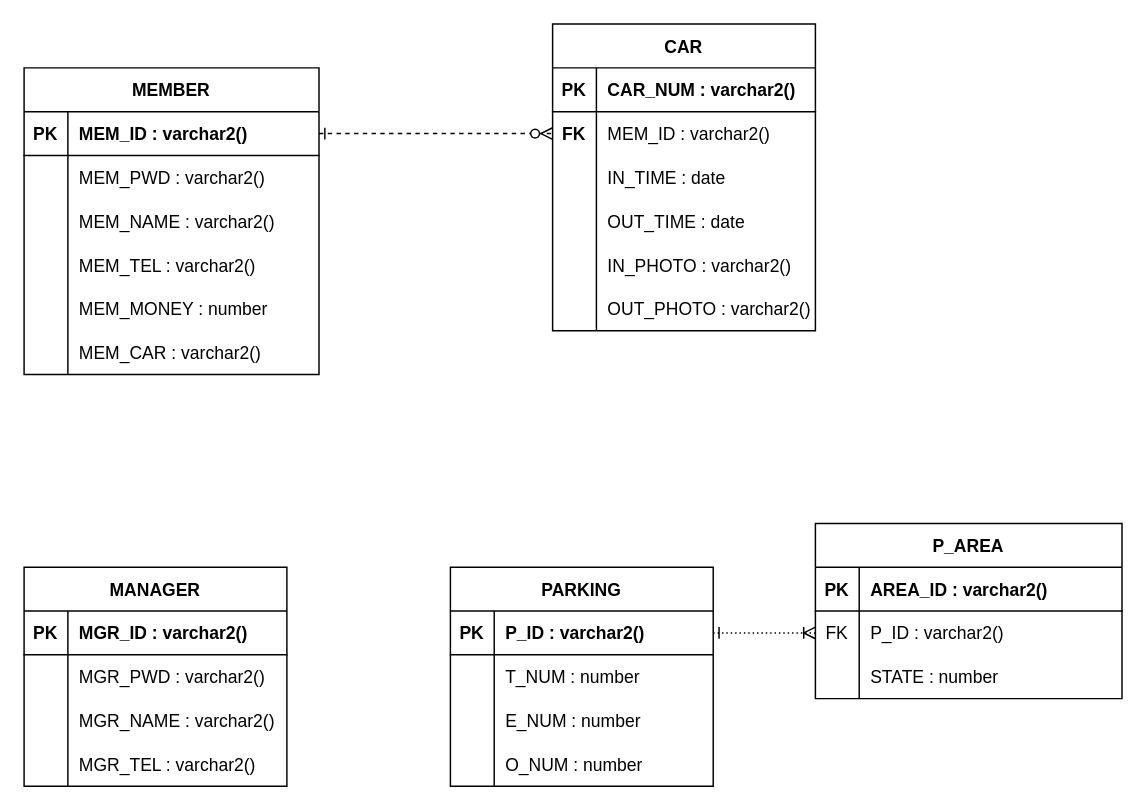
Earlier version of the draw.io diagram page "ERD" (2 of 3) of docs/Diagram.drawio (4rangKim/FinalProject). Source tidied: cells renumbered, new cells numbered last; positions are measured from the earlier drawing's top-left corner, leaving out a move shared by most shapes. Both pictures are drawn from the tidied source at 146%, with x=0, y=0 at pixel (23, 23).
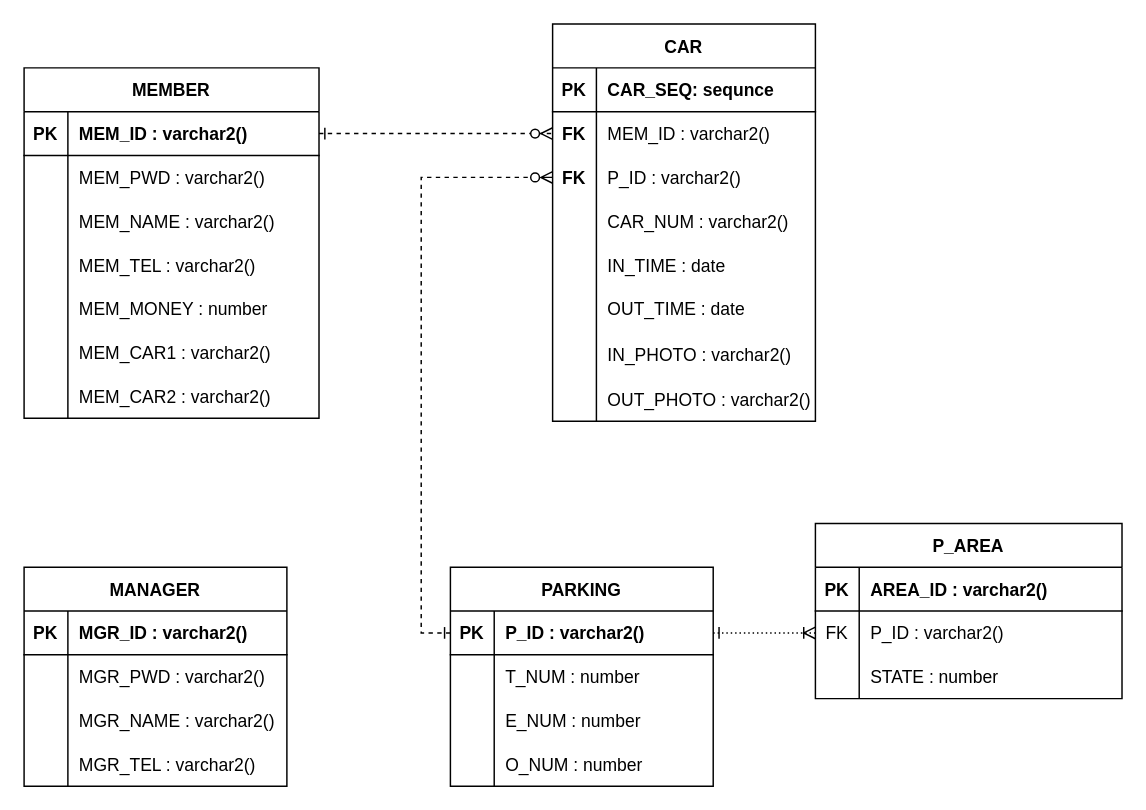
Above is the later version.

The change refers to these unchanged cells:
```xml
<mxCell id="3" style="shape=partialRectangle;fillColor=none;top=0;left=0;bottom=1;right=0;" parent="2" vertex="1">
  <mxGeometry y="30" width="180" height="30" as="geometry" />
</mxCell>
<mxCell id="37" style="shape=partialRectangle;fillColor=none;top=0;left=0;bottom=0;right=0;" parent="21" vertex="1">
  <mxGeometry y="180" width="202" height="30" as="geometry" />
</mxCell>
<mxCell id="55" style="shape=partialRectangle;fillColor=none;top=0;left=0;bottom=1;right=0;points=[[0,0.5],[1,0.5]];portConstraint=eastwest;" parent="54" vertex="1">
  <mxGeometry y="30" width="180" height="30" as="geometry" />
</mxCell>
```

The edit, as a diff of the source:
```diff
@@
-    <mxCell id="2" value="CAR" style="shape=table;startSize=30;childLayout=tableLayout;rowLines=0;fontStyle=1;align=center;" parent="1" vertex="1">
-      <mxGeometry x="362" width="180" height="210" as="geometry" />
+    <mxCell id="2" value="CAR" style="shape=table;startSize=30;childLayout=tableLayout;rowLines=0;fontStyle=1;align=center;strokeColor=default;" parent="1" vertex="1">
+      <mxGeometry x="362" width="180" height="272" as="geometry" />
     </mxCell>
@@
-    <mxCell id="5" value="CAR_NUM : varchar2()" style="shape=partialRectangle;fillColor=none;top=0;left=0;bottom=0;right=0;align=left;spacingLeft=6;fontStyle=1;overflow=hidden;" parent="3" vertex="1">
+    <mxCell id="5" value="CAR_SEQ: sequnce" style="shape=partialRectangle;fillColor=none;top=0;left=0;bottom=0;right=0;align=left;spacingLeft=6;fontStyle=1;overflow=hidden;" parent="3" vertex="1">
       <mxGeometry x="30" width="150" height="30" as="geometry" />
     </mxCell>
@@
+    <mxCell id="78" style="shape=partialRectangle;fillColor=none;top=0;left=0;bottom=0;right=0;points=[[0,0.5],[1,0.5]];portConstraint=eastwest;" parent="2" vertex="1">
+      <mxGeometry y="90" width="180" height="30" as="geometry" />
+    </mxCell>
+    <mxCell id="79" value="FK" style="shape=partialRectangle;fillColor=none;top=0;left=0;bottom=0;right=0;overflow=hidden;fontStyle=1;" parent="78" vertex="1">
+      <mxGeometry width="30" height="30" as="geometry" />
+    </mxCell>
+    <mxCell id="80" value="P_ID : varchar2()" style="shape=partialRectangle;fillColor=none;top=0;left=0;bottom=0;right=0;align=left;spacingLeft=6;overflow=hidden;" parent="78" vertex="1">
+      <mxGeometry x="30" width="150" height="30" as="geometry" />
+    </mxCell>
+    <mxCell id="81" style="shape=partialRectangle;fillColor=none;top=0;left=0;bottom=0;right=0;" parent="2" vertex="1">
+      <mxGeometry y="120" width="180" height="30" as="geometry" />
+    </mxCell>
+    <mxCell id="82" style="shape=partialRectangle;fillColor=none;top=0;left=0;bottom=0;right=0;overflow=hidden;" parent="81" vertex="1">
+      <mxGeometry width="30" height="30" as="geometry" />
+    </mxCell>
+    <mxCell id="83" value="CAR_NUM : varchar2()" style="shape=partialRectangle;fillColor=none;top=0;left=0;bottom=0;right=0;align=left;spacingLeft=6;overflow=hidden;" parent="81" vertex="1">
+      <mxGeometry x="30" width="150" height="30" as="geometry" />
+    </mxCell>
     <mxCell id="9" style="shape=partialRectangle;fillColor=none;top=0;left=0;bottom=0;right=0;" parent="2" vertex="1">
-      <mxGeometry y="90" width="180" height="30" as="geometry" />
+      <mxGeometry y="150" width="180" height="30" as="geometry" />
     </mxCell>
@@
     <mxCell id="12" style="shape=partialRectangle;fillColor=none;top=0;left=0;bottom=0;right=0;" parent="2" vertex="1">
-      <mxGeometry y="120" width="180" height="30" as="geometry" />
+      <mxGeometry y="180" width="180" height="30" as="geometry" />
     </mxCell>
@@
     <mxCell id="15" style="shape=partialRectangle;fillColor=none;top=0;left=0;bottom=0;right=0;" parent="2" vertex="1">
-      <mxGeometry y="150" width="180" height="30" as="geometry" />
+      <mxGeometry y="210" width="180" height="32" as="geometry" />
     </mxCell>
     <mxCell id="16" style="shape=partialRectangle;fillColor=none;top=0;left=0;bottom=0;right=0;overflow=hidden;" parent="15" vertex="1">
-      <mxGeometry width="30" height="30" as="geometry" />
+      <mxGeometry width="30" height="32" as="geometry" />
     </mxCell>
     <mxCell id="17" value="IN_PHOTO : varchar2()" style="shape=partialRectangle;fillColor=none;top=0;left=0;bottom=0;right=0;align=left;spacingLeft=6;overflow=hidden;" parent="15" vertex="1">
-      <mxGeometry x="30" width="150" height="30" as="geometry" />
+      <mxGeometry x="30" width="150" height="32" as="geometry" />
     </mxCell>
     <mxCell id="18" style="shape=partialRectangle;fillColor=none;top=0;left=0;bottom=0;right=0;" parent="2" vertex="1">
-      <mxGeometry y="180" width="180" height="30" as="geometry" />
+      <mxGeometry y="242" width="180" height="30" as="geometry" />
     </mxCell>
@@
     <mxCell id="21" value="MEMBER" style="shape=table;startSize=30;childLayout=tableLayout;rowLines=0;fontStyle=1;align=center;fontColor=#000000;" parent="1" vertex="1">
-      <mxGeometry y="30" width="202" height="210" as="geometry" />
+      <mxGeometry y="30" width="202" height="240" as="geometry" />
     </mxCell>
@@
-    <mxCell id="39" value="MEM_CAR : varchar2()" style="shape=partialRectangle;fillColor=none;top=0;left=0;bottom=0;right=0;align=left;spacingLeft=6;overflow=hidden;" parent="37" vertex="1">
+    <mxCell id="39" value="MEM_CAR1 : varchar2()" style="shape=partialRectangle;fillColor=none;top=0;left=0;bottom=0;right=0;align=left;spacingLeft=6;overflow=hidden;" parent="37" vertex="1">
       <mxGeometry x="30" width="172" height="30" as="geometry" />
     </mxCell>
+    <mxCell id="84" style="shape=partialRectangle;fillColor=none;top=0;left=0;bottom=0;right=0;" parent="21" vertex="1">
+      <mxGeometry y="210" width="202" height="30" as="geometry" />
+    </mxCell>
+    <mxCell id="85" style="shape=partialRectangle;fillColor=none;top=0;left=0;bottom=0;right=0;overflow=hidden;" parent="84" vertex="1">
+      <mxGeometry width="30" height="30" as="geometry" />
+    </mxCell>
+    <mxCell id="86" value="MEM_CAR2 : varchar2()" style="shape=partialRectangle;fillColor=none;top=0;left=0;bottom=0;right=0;align=left;spacingLeft=6;overflow=hidden;" parent="84" vertex="1">
+      <mxGeometry x="30" width="172" height="30" as="geometry" />
+    </mxCell>
@@
+    <mxCell id="87" style="edgeStyle=orthogonalEdgeStyle;rounded=0;jettySize=auto;html=1;exitX=0;exitY=0.5;exitDx=0;exitDy=0;entryX=0;entryY=0.5;entryDx=0;entryDy=0;startArrow=ERone;startFill=0;endArrow=ERzeroToMany;endFill=0;dashed=1;" parent="1" edge="1" source="55" target="78">
+      <mxGeometry relative="1" as="geometry" />
+    </mxCell>
```
